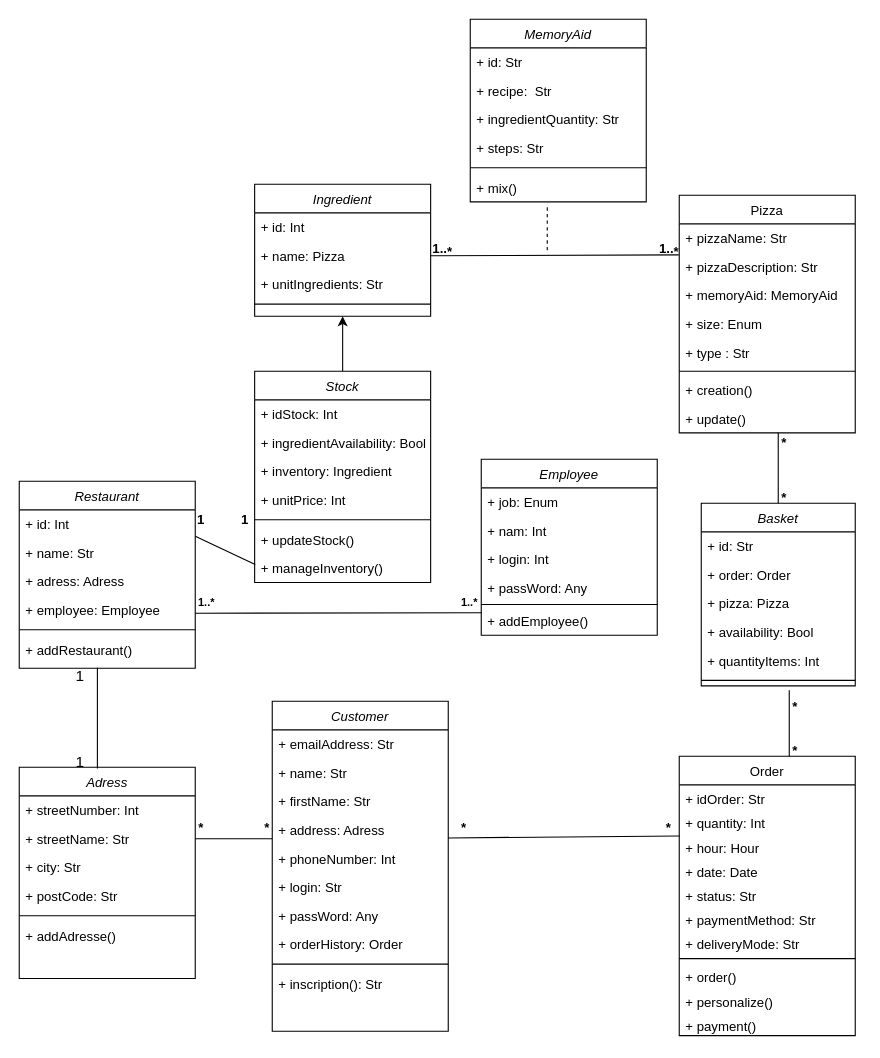
The draw.io diagram modèlePhysiqueDeDonnées.drawio in TLILIOS/Concevez-la-solution-technique-d-un-syst-me-de-gestion-de-pizzerias, before the edit. Source tidied: cells renumbered, new cells numbered last; positions are measured from the earlier drawing's top-left corner, leaving out a move shared by most shapes. Both pictures are drawn from the tidied source at 110%, with x=0, y=0 at pixel (19, 19).
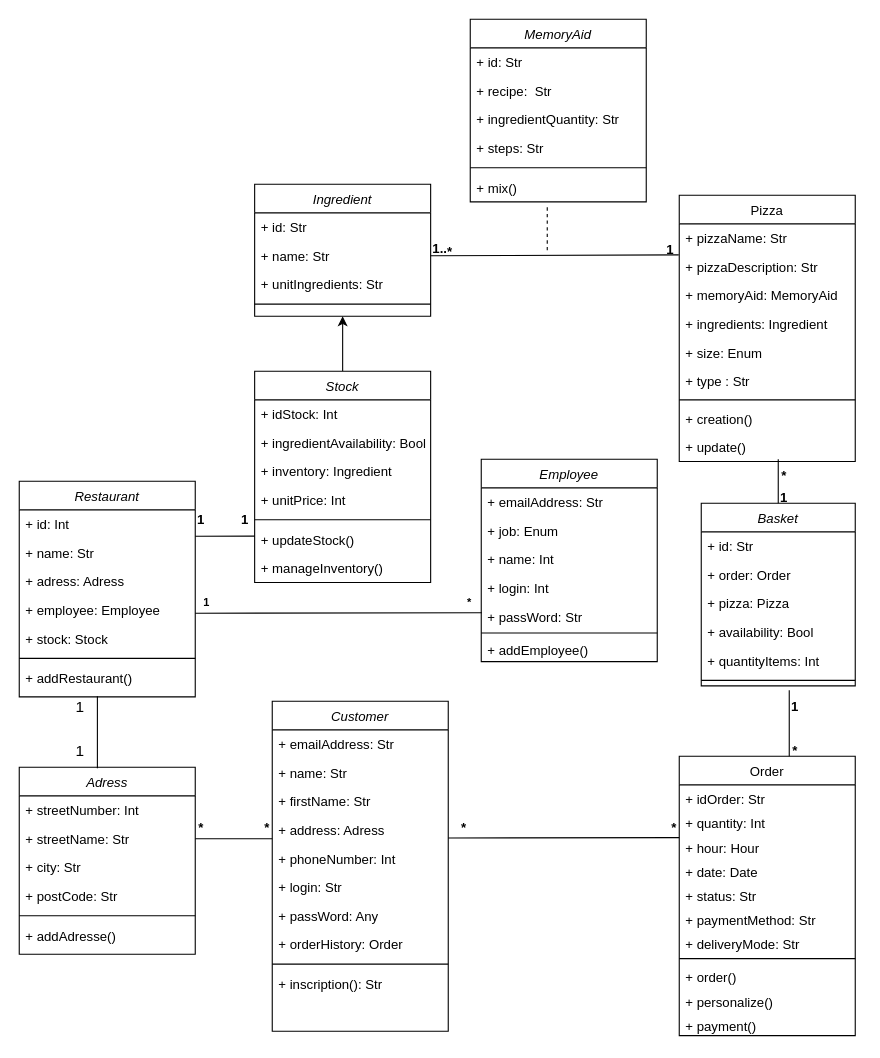
Above is the later version.

The change refers to these unchanged cells:
```xml
<mxCell id="6" value="+ address: Adress" style="text;align=left;verticalAlign=top;spacingLeft=4;spacingRight=4;overflow=hidden;points=[[0,0.5],[1,0.5]];portConstraint=eastwest;rounded=0;shadow=0;html=0;" parent="2" vertex="1">
  <mxGeometry y="104" width="160" height="26" as="geometry" />
</mxCell>
<mxCell id="16" value="+ hour: Hour" style="text;align=left;verticalAlign=top;spacingLeft=4;spacingRight=4;overflow=hidden;points=[[0,0.5],[1,0.5]];portConstraint=eastwest;" parent="13" vertex="1">
  <mxGeometry y="70" width="160" height="22" as="geometry" />
</mxCell>
<mxCell id="34" value="Ingredient" style="swimlane;fontStyle=2;align=center;verticalAlign=top;horizontal=1;startSize=26;rounded=0;shadow=0;strokeWidth=1;" parent="1" vertex="1">
  <mxGeometry x="214" y="150" width="160" height="120" as="geometry" />
</mxCell>
<mxCell id="47" value="+ manageInventory()" style="text;align=left;verticalAlign=top;spacingLeft=4;spacingRight=4;overflow=hidden;points=[[0,0.5],[1,0.5]];portConstraint=eastwest;rounded=0;shadow=0;html=0;" parent="40" vertex="1">
  <mxGeometry y="166" width="160" height="26" as="geometry" />
</mxCell>
<mxCell id="85" value="&lt;b&gt;1&lt;/b&gt;" style="text;html=1;align=center;verticalAlign=middle;points=[];strokeColor=none;fillColor=none;fontSize=12;" parent="1" vertex="1">
  <mxGeometry x="190" y="440" width="30" height="30" as="geometry" />
</mxCell>
<mxCell id="93" value="Basket" style="swimlane;fontStyle=2;align=center;verticalAlign=top;horizontal=1;startSize=26;rounded=0;shadow=0;strokeWidth=1;" parent="1" vertex="1">
  <mxGeometry x="620" y="440" width="140" height="166" as="geometry" />
</mxCell>
```

Change to the diagram source:
```diff
@@
     <mxCell id="25" value="Pizza" style="swimlane;fontStyle=0;align=center;verticalAlign=top;horizontal=1;startSize=26;rounded=0;shadow=0;strokeWidth=1;" parent="1" vertex="1">
-      <mxGeometry x="600" y="160" width="160" height="216" as="geometry" />
+      <mxGeometry x="600" y="160" width="160" height="242" as="geometry" />
     </mxCell>
@@
+    <mxCell id="108" value="+ ingredients: Ingredient" style="text;align=left;verticalAlign=top;spacingLeft=4;spacingRight=4;overflow=hidden;rounded=0;shadow=0;html=0;" parent="25" vertex="1">
+      <mxGeometry y="104" width="160" height="26" as="geometry" />
+    </mxCell>
     <mxCell id="29" value="+ size: Enum" style="text;align=left;verticalAlign=top;spacingLeft=4;spacingRight=4;overflow=hidden;rounded=0;shadow=0;html=0;" parent="25" vertex="1">
-      <mxGeometry y="104" width="160" height="26" as="geometry" />
+      <mxGeometry y="130" width="160" height="26" as="geometry" />
     </mxCell>
     <mxCell id="30" value="+ type : Str" style="text;align=left;verticalAlign=top;spacingLeft=4;spacingRight=4;overflow=hidden;rounded=0;shadow=0;html=0;" parent="25" vertex="1">
-      <mxGeometry y="130" width="160" height="26" as="geometry" />
+      <mxGeometry y="156" width="160" height="26" as="geometry" />
     </mxCell>
     <mxCell id="31" style="line;html=1;strokeWidth=1;align=left;verticalAlign=middle;spacingTop=-1;spacingLeft=3;spacingRight=3;labelPosition=right;" parent="25" vertex="1">
-      <mxGeometry y="156" width="160" height="8" as="geometry" />
+      <mxGeometry y="182" width="160" height="8" as="geometry" />
     </mxCell>
     <mxCell id="32" value="+ creation()" style="text;align=left;verticalAlign=top;spacingLeft=4;spacingRight=4;overflow=hidden;" parent="25" vertex="1">
-      <mxGeometry y="164" width="160" height="26" as="geometry" />
+      <mxGeometry y="190" width="160" height="26" as="geometry" />
     </mxCell>
     <mxCell id="33" value="+ update()" style="text;align=left;verticalAlign=top;spacingLeft=4;spacingRight=4;overflow=hidden;" parent="25" vertex="1">
-      <mxGeometry y="190" width="160" height="26" as="geometry" />
+      <mxGeometry y="216" width="160" height="26" as="geometry" />
     </mxCell>
@@
-    <mxCell id="35" value="+ id: Int" style="text;align=left;verticalAlign=top;spacingLeft=4;spacingRight=4;overflow=hidden;" parent="34" vertex="1">
+    <mxCell id="35" value="+ id: Str" style="text;align=left;verticalAlign=top;spacingLeft=4;spacingRight=4;overflow=hidden;" parent="34" vertex="1">
       <mxGeometry y="26" width="160" height="26" as="geometry" />
     </mxCell>
-    <mxCell id="36" value="+ name: Pizza" style="text;align=left;verticalAlign=top;spacingLeft=4;spacingRight=4;overflow=hidden;points=[[0,0.5],[1,0.5]];portConstraint=eastwest;" parent="34" vertex="1">
+    <mxCell id="36" value="+ name: Str" style="text;align=left;verticalAlign=top;spacingLeft=4;spacingRight=4;overflow=hidden;points=[[0,0.5],[1,0.5]];portConstraint=eastwest;" parent="34" vertex="1">
       <mxGeometry y="52" width="160" height="26" as="geometry" />
     </mxCell>
@@
     <mxCell id="48" value="Employee" style="swimlane;fontStyle=2;align=center;verticalAlign=top;horizontal=1;startSize=26;rounded=0;shadow=0;strokeWidth=1;" parent="1" vertex="1">
-      <mxGeometry x="420" y="400" width="160" height="160" as="geometry" />
+      <mxGeometry x="420" y="400" width="160" height="184" as="geometry" />
     </mxCell>
-    <mxCell id="49" value="+ job: Enum" style="text;align=left;verticalAlign=top;spacingLeft=4;spacingRight=4;overflow=hidden;" parent="48" vertex="1">
+    <mxCell id="49" value="+ emailAddress: Str" style="text;align=left;verticalAlign=top;spacingLeft=4;spacingRight=4;overflow=hidden;" parent="48" vertex="1">
       <mxGeometry y="26" width="160" height="26" as="geometry" />
     </mxCell>
+    <mxCell id="109" value="+ job: Enum" style="text;align=left;verticalAlign=top;spacingLeft=4;spacingRight=4;overflow=hidden;" parent="48" vertex="1">
+      <mxGeometry y="52" width="160" height="26" as="geometry" />
+    </mxCell>
-    <mxCell id="50" value="+ nam: Int" style="text;align=left;verticalAlign=top;spacingLeft=4;spacingRight=4;overflow=hidden;" parent="48" vertex="1">
-      <mxGeometry y="52" width="160" height="26" as="geometry" />
+    <mxCell id="50" value="+ name: Int" style="text;align=left;verticalAlign=top;spacingLeft=4;spacingRight=4;overflow=hidden;" parent="48" vertex="1">
+      <mxGeometry y="78" width="160" height="26" as="geometry" />
     </mxCell>
     <mxCell id="51" value="+ login: Int" style="text;align=left;verticalAlign=top;spacingLeft=4;spacingRight=4;overflow=hidden;" parent="48" vertex="1">
-      <mxGeometry y="78" width="160" height="26" as="geometry" />
+      <mxGeometry y="104" width="160" height="26" as="geometry" />
     </mxCell>
-    <mxCell id="52" value="+ passWord: Any" style="text;align=left;verticalAlign=top;spacingLeft=4;spacingRight=4;overflow=hidden;" parent="48" vertex="1">
-      <mxGeometry y="104" width="160" height="26" as="geometry" />
+    <mxCell id="52" value="+ passWord: Str&#10;" style="text;align=left;verticalAlign=top;spacingLeft=4;spacingRight=4;overflow=hidden;" parent="48" vertex="1">
+      <mxGeometry y="130" width="160" height="26" as="geometry" />
     </mxCell>
     <mxCell id="53" value="&lt;br&gt;" style="line;html=1;strokeWidth=1;align=left;verticalAlign=middle;spacingTop=-1;spacingLeft=3;spacingRight=3;labelPosition=right;" parent="48" vertex="1">
-      <mxGeometry y="130" width="160" height="4" as="geometry" />
+      <mxGeometry y="156" width="160" height="4" as="geometry" />
     </mxCell>
     <mxCell id="54" value="+ addEmployee()" style="text;align=left;verticalAlign=top;spacingLeft=4;spacingRight=4;overflow=hidden;" parent="48" vertex="1">
-      <mxGeometry y="134" width="160" height="24" as="geometry" />
+      <mxGeometry y="160" width="160" height="24" as="geometry" />
     </mxCell>
@@
     <mxCell id="63" value="Adress" style="swimlane;fontStyle=2;align=center;verticalAlign=top;horizontal=1;startSize=26;rounded=0;shadow=0;strokeWidth=1;" parent="1" vertex="1">
-      <mxGeometry y="680" width="160" height="192" as="geometry" />
+      <mxGeometry y="680" width="160" height="170" as="geometry" />
     </mxCell>
@@
     <mxCell id="70" value="Restaurant" style="swimlane;fontStyle=2;align=center;verticalAlign=top;horizontal=1;startSize=26;rounded=0;shadow=0;strokeWidth=1;" parent="1" vertex="1">
-      <mxGeometry y="420" width="160" height="170" as="geometry" />
+      <mxGeometry y="420" width="160" height="196" as="geometry" />
     </mxCell>
@@
+    <mxCell id="110" value="+ stock: Stock" style="text;align=left;verticalAlign=top;spacingLeft=4;spacingRight=4;overflow=hidden;" parent="70" vertex="1">
+      <mxGeometry y="130" width="160" height="26" as="geometry" />
+    </mxCell>
     <mxCell id="75" value="&lt;br&gt;" style="line;html=1;strokeWidth=1;align=left;verticalAlign=middle;spacingTop=-1;spacingLeft=3;spacingRight=3;labelPosition=right;" parent="70" vertex="1">
-      <mxGeometry y="130" width="160" height="10" as="geometry" />
+      <mxGeometry y="156" width="160" height="10" as="geometry" />
     </mxCell>
     <mxCell id="76" value="+ addRestaurant()" style="text;align=left;verticalAlign=top;spacingLeft=4;spacingRight=4;overflow=hidden;points=[[0,0.5],[1,0.5]];portConstraint=eastwest;" parent="70" vertex="1">
-      <mxGeometry y="140" width="160" height="30" as="geometry" />
+      <mxGeometry y="166" width="160" height="30" as="geometry" />
     </mxCell>
-    <mxCell id="77" style="endArrow=none;html=1;rounded=0;entryX=0.003;entryY=0.371;entryDx=0;entryDy=0;entryPerimeter=0;" parent="1" edge="1" target="47">
+    <mxCell id="77" style="endArrow=none;html=1;rounded=0;entryX=0.803;entryY=0.996;entryDx=0;entryDy=0;entryPerimeter=0;" parent="1" edge="1" target="85">
       <mxGeometry relative="1" as="geometry">
         <mxPoint x="160" y="470" as="sourcePoint" />
       </mxGeometry>
     </mxCell>
@@
     <mxCell id="83" value="1" style="text;html=1;align=center;verticalAlign=middle;strokeColor=none;fillColor=none;fontSize=14;" parent="1" vertex="1">
-      <mxGeometry x="40" y="660" width="30" height="30" as="geometry" />
+      <mxGeometry x="40" y="650" width="30" height="30" as="geometry" />
     </mxCell>
-    <mxCell id="84" value="&lt;b&gt;1..&lt;/b&gt;&lt;sub style=&quot;&quot;&gt;&lt;b&gt;&lt;font style=&quot;font-size: 12px;&quot;&gt;*&lt;/font&gt;&lt;/b&gt;&lt;/sub&gt;" style="text;html=1;align=left;verticalAlign=middle;strokeColor=none;fillColor=none;" parent="1" vertex="1">
+    <mxCell id="84" value="&lt;b&gt;&amp;nbsp; 1&lt;/b&gt;" style="text;html=1;align=left;verticalAlign=middle;strokeColor=none;fillColor=none;" parent="1" vertex="1">
       <mxGeometry x="580" y="195" width="40" height="30" as="geometry" />
     </mxCell>
@@
-    <mxCell id="89" style="endArrow=none;html=1;rounded=0;exitX=1;exitY=0.779;exitDx=0;exitDy=0;exitPerimeter=0;entryX=0.002;entryY=0.114;entryDx=0;entryDy=0;entryPerimeter=0;" parent="1" edge="1" source="6" target="16">
-      <mxGeometry relative="1" as="geometry" />
+    <mxCell id="89" style="endArrow=none;html=1;rounded=0;exitX=1;exitY=0.779;exitDx=0;exitDy=0;exitPerimeter=0;" parent="1" edge="1" source="6">
+      <mxGeometry relative="1" as="geometry">
+        <mxPoint x="600" y="744" as="targetPoint" />
+      </mxGeometry>
     </mxCell>
     <mxCell id="90" value="&lt;b&gt;*&lt;/b&gt;" style="text;html=1;align=center;verticalAlign=middle;strokeColor=none;fillColor=none;fontSize=12;" parent="1" vertex="1">
-      <mxGeometry x="575" y="720" width="30" height="30" as="geometry" />
+      <mxGeometry x="580" y="720" width="30" height="30" as="geometry" />
     </mxCell>
@@
-    <mxCell id="92" value="&lt;b&gt;&lt;font style=&quot;font-size: 10px;&quot;&gt;1..*&lt;/font&gt;&lt;/b&gt;" style="text;html=1;align=center;verticalAlign=middle;strokeColor=none;fillColor=none;fontSize=12;" parent="1" vertex="1">
-      <mxGeometry x="389" y="515" width="40" height="30" as="geometry" />
+    <mxCell id="92" value="&lt;b&gt;&lt;font style=&quot;font-size: 10px;&quot;&gt;*&lt;/font&gt;&lt;/b&gt;" style="text;html=1;align=center;verticalAlign=middle;strokeColor=none;fillColor=none;fontSize=12;" parent="1" vertex="1">
+      <mxGeometry x="394" y="515" width="30" height="30" as="geometry" />
     </mxCell>
@@
     <mxCell id="100" style="endArrow=none;html=1;rounded=0;fontSize=12;exitX=0.5;exitY=0;exitDx=0;exitDy=0;" parent="1" edge="1" source="93">
       <mxGeometry relative="1" as="geometry">
-        <mxPoint x="690" y="376" as="targetPoint" />
+        <mxPoint x="690" y="400" as="targetPoint" />
       </mxGeometry>
     </mxCell>
@@
-    <mxCell id="102" value="&lt;b&gt;*&lt;/b&gt;" style="text;html=1;align=center;verticalAlign=middle;strokeColor=none;fillColor=none;fontSize=12;" parent="1" vertex="1">
+    <mxCell id="102" value="&lt;b&gt;1&lt;/b&gt;" style="text;html=1;align=center;verticalAlign=middle;strokeColor=none;fillColor=none;fontSize=12;" parent="1" vertex="1">
       <mxGeometry x="690" y="610" width="30" height="30" as="geometry" />
     </mxCell>
@@
-    <mxCell id="104" value="&lt;b&gt;*&lt;/b&gt;" style="text;html=1;align=center;verticalAlign=middle;strokeColor=none;fillColor=none;fontSize=12;" parent="1" vertex="1">
+    <mxCell id="104" value="&lt;b&gt;1&lt;/b&gt;" style="text;html=1;align=center;verticalAlign=middle;strokeColor=none;fillColor=none;fontSize=12;" parent="1" vertex="1">
       <mxGeometry x="680" y="420" width="30" height="30" as="geometry" />
     </mxCell>
     <mxCell id="105" value="&lt;b&gt;*&lt;/b&gt;" style="text;html=1;align=center;verticalAlign=middle;strokeColor=none;fillColor=none;fontSize=12;" parent="1" vertex="1">
-      <mxGeometry x="680" y="370" width="30" height="30" as="geometry" />
+      <mxGeometry x="680" y="400" width="30" height="30" as="geometry" />
     </mxCell>
     <mxCell id="106" value="1" style="text;html=1;align=center;verticalAlign=middle;strokeColor=none;fillColor=none;fontSize=14;" parent="1" vertex="1">
-      <mxGeometry x="40" y="582" width="30" height="30" as="geometry" />
+      <mxGeometry x="40" y="610" width="30" height="30" as="geometry" />
     </mxCell>
-    <mxCell id="107" value="&lt;b&gt;&lt;font style=&quot;font-size: 10px;&quot;&gt;1..*&lt;/font&gt;&lt;/b&gt;" style="text;html=1;align=center;verticalAlign=middle;strokeColor=none;fillColor=none;fontSize=12;" parent="1" vertex="1">
-      <mxGeometry x="150" y="515" width="40" height="30" as="geometry" />
+    <mxCell id="107" value="&lt;b&gt;&lt;font style=&quot;font-size: 10px;&quot;&gt;1&lt;/font&gt;&lt;/b&gt;" style="text;html=1;align=center;verticalAlign=middle;strokeColor=none;fillColor=none;fontSize=12;" parent="1" vertex="1">
+      <mxGeometry x="155" y="515" width="30" height="30" as="geometry" />
     </mxCell>
```
